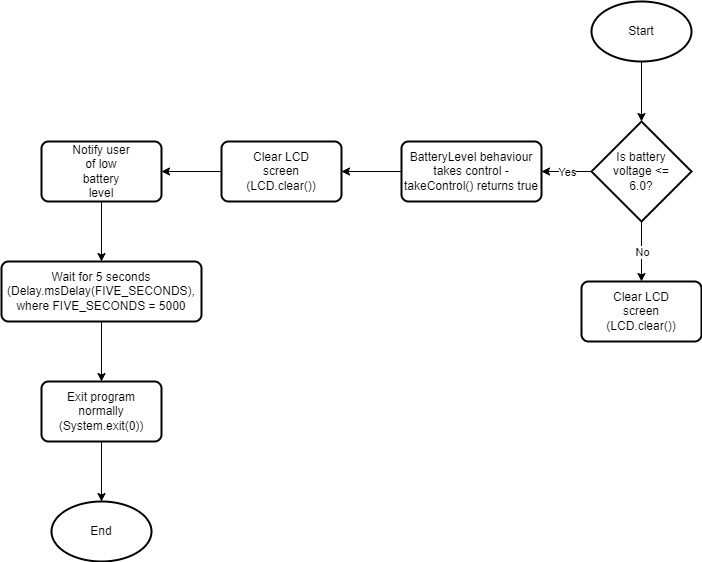
Above: Final submission/BatteryLevelControlFlow.png in XLmT09/Bunny-Robot (draw.io), before the change. Source tidied: cells renumbered, new cells last; positions are measured from the earlier drawing's top-left corner, leaving out a move shared by most shapes.
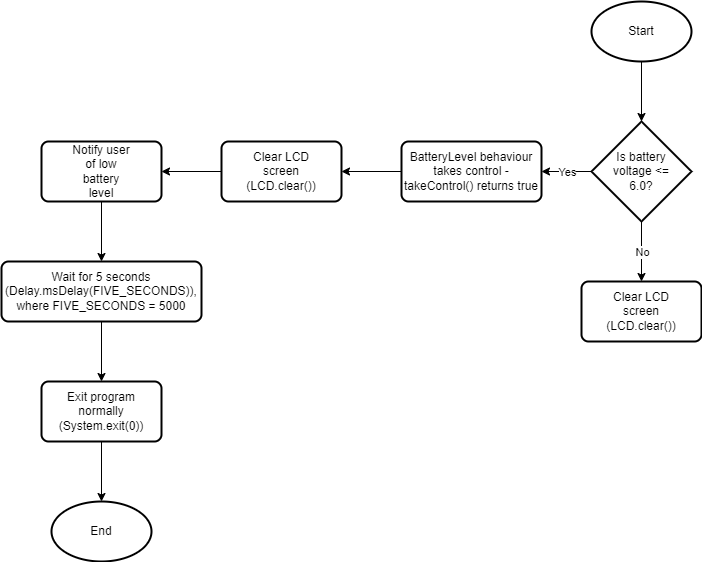
The same file after the commit.

The edit, as a diff of the source:
```diff
@@ -80,7 +80,7 @@
     <mxCell id="27" style="rounded=1;whiteSpace=wrap;html=1;absoluteArcSize=1;arcSize=14;strokeWidth=2;hachureGap=4;" parent="26" vertex="1">
       <mxGeometry width="200" height="60" as="geometry" />
     </mxCell>
-    <mxCell id="28" value="Wait for 5 seconds (Delay.msDelay(FIVE_SECONDS), where FIVE_SECONDS = 5000" style="text;html=1;strokeColor=none;fillColor=none;align=center;verticalAlign=middle;whiteSpace=wrap;rounded=0;hachureGap=4;" parent="26" vertex="1">
+    <mxCell id="28" value="Wait for 5 seconds (Delay.msDelay(FIVE_SECONDS)), where FIVE_SECONDS = 5000" style="text;html=1;strokeColor=none;fillColor=none;align=center;verticalAlign=middle;whiteSpace=wrap;rounded=0;hachureGap=4;" parent="26" vertex="1">
       <mxGeometry x="70" y="15" width="60" height="30" as="geometry" />
     </mxCell>
     <mxCell id="29" style="endArrow=classic;html=1;rounded=0;sourcePerimeterSpacing=8;targetPerimeterSpacing=8;curved=1;entryX=0.5;entryY=0;entryDx=0;entryDy=0;" parent="1" edge="1" target="27">
```
